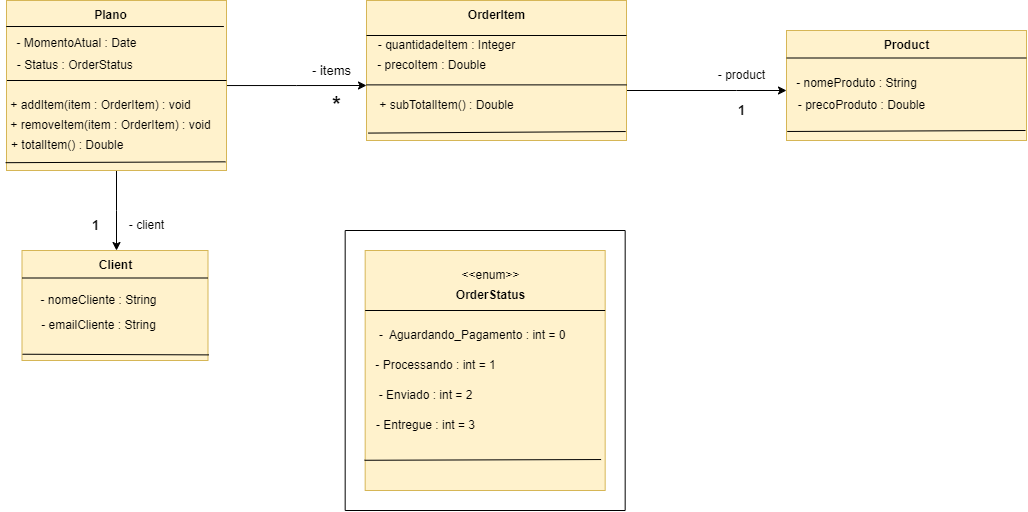
Earlier version of the draw.io export Imagens/Arquitetura_updated.drawio.png (devpaulojr/OrderingSystem). Source tidied: cells renumbered, new cells last; positions are measured from the earlier drawing's top-left corner, leaving out a move shared by most shapes.
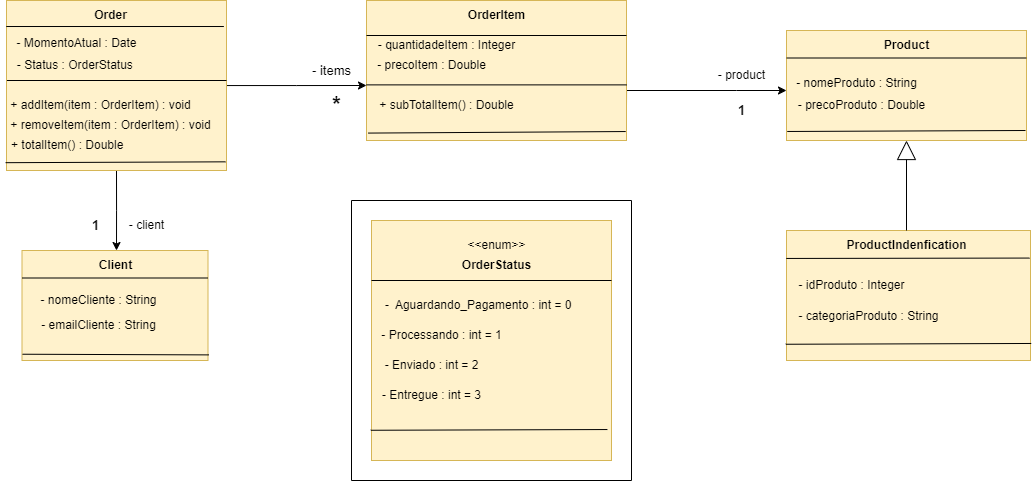
Later version of the same file.

Change to the diagram source:
```diff
@@ -2,37 +2,37 @@
   <root>
     <mxCell id="0" />
     <mxCell id="1" parent="0" />
-    <mxCell id="2" style="edgeStyle=orthogonalEdgeStyle;rounded=0;jettySize=auto;html=1;exitX=0.5;exitY=1;exitDx=0;exitDy=0;" parent="1" edge="1" source="4">
-      <mxGeometry relative="1" as="geometry">
-        <mxPoint x="116" y="250" as="targetPoint" />
-      </mxGeometry>
-    </mxCell>
-    <mxCell id="3" style="edgeStyle=orthogonalEdgeStyle;rounded=0;jettySize=auto;html=1;" parent="1" edge="1" source="4">
-      <mxGeometry relative="1" as="geometry">
-        <mxPoint x="366" y="85" as="targetPoint" />
-      </mxGeometry>
-    </mxCell>
-    <mxCell id="4" style="rounded=0;whiteSpace=wrap;html=1;fillColor=#fff2cc;strokeColor=#d6b656;" parent="1" vertex="1">
-      <mxGeometry x="6" width="220" height="170" as="geometry" />
-    </mxCell>
-    <mxCell id="5" style="endArrow=none;html=1;rounded=0;exitX=-0.001;exitY=0.153;exitDx=0;exitDy=0;entryX=0.988;entryY=0.153;entryDx=0;entryDy=0;entryPerimeter=0;exitPerimeter=0;" parent="1" edge="1" source="4" target="4">
-      <mxGeometry relative="1" as="geometry" />
-    </mxCell>
-    <mxCell id="6" value="&lt;b&gt;Plano&lt;/b&gt;" style="text;html=1;align=center;verticalAlign=middle;strokeColor=none;fillColor=none;" parent="1" vertex="1">
-      <mxGeometry x="80" width="60" height="30" as="geometry" />
-    </mxCell>
+    <mxCell id="54" style="edgeStyle=orthogonalEdgeStyle;rounded=0;jettySize=auto;html=1;exitX=0.5;exitY=1;exitDx=0;exitDy=0;" parent="1" edge="1" source="56">
+      <mxGeometry relative="1" as="geometry">
+        <mxPoint x="116" y="250" as="targetPoint" />
+      </mxGeometry>
+    </mxCell>
+    <mxCell id="55" style="edgeStyle=orthogonalEdgeStyle;rounded=0;jettySize=auto;html=1;" parent="1" edge="1" source="56">
+      <mxGeometry relative="1" as="geometry">
+        <mxPoint x="366" y="85" as="targetPoint" />
+      </mxGeometry>
+    </mxCell>
+    <mxCell id="56" style="rounded=0;whiteSpace=wrap;html=1;fillColor=#fff2cc;strokeColor=#d6b656;" parent="1" vertex="1">
+      <mxGeometry x="6" width="220" height="170" as="geometry" />
+    </mxCell>
+    <mxCell id="57" style="endArrow=none;html=1;rounded=0;exitX=-0.001;exitY=0.153;exitDx=0;exitDy=0;entryX=0.988;entryY=0.153;entryDx=0;entryDy=0;entryPerimeter=0;exitPerimeter=0;" parent="1" edge="1" source="56" target="56">
+      <mxGeometry relative="1" as="geometry" />
+    </mxCell>
+    <mxCell id="58" value="&lt;b&gt;Order&lt;/b&gt;" style="text;html=1;align=center;verticalAlign=middle;strokeColor=none;fillColor=none;" parent="1" vertex="1">
+      <mxGeometry x="80" width="60" height="30" as="geometry" />
+    </mxCell>
     <mxCell id="7" value="- MomentoAtual : Date&lt;div&gt;&lt;br&gt;&lt;/div&gt;" style="text;html=1;align=center;verticalAlign=middle;strokeColor=none;fillColor=none;" parent="1" vertex="1">
       <mxGeometry x="6" y="30" width="140" height="40" as="geometry" />
     </mxCell>
     <mxCell id="8" value="- Status : OrderStatus&amp;nbsp;" style="text;html=1;align=center;verticalAlign=middle;strokeColor=none;fillColor=none;" parent="1" vertex="1">
       <mxGeometry x="6" y="50" width="140" height="30" as="geometry" />
     </mxCell>
-    <mxCell id="9" style="endArrow=none;html=1;rounded=0;exitX=0.004;exitY=0.593;exitDx=0;exitDy=0;exitPerimeter=0;entryX=1.002;entryY=0.593;entryDx=0;entryDy=0;entryPerimeter=0;" parent="1" edge="1">
-      <mxGeometry relative="1" as="geometry">
-        <mxPoint x="6.4" y="80" as="sourcePoint" />
-        <mxPoint x="226" y="80" as="targetPoint" />
-      </mxGeometry>
-    </mxCell>
+    <mxCell id="59" style="endArrow=none;html=1;rounded=0;exitX=0.004;exitY=0.593;exitDx=0;exitDy=0;exitPerimeter=0;entryX=1.002;entryY=0.593;entryDx=0;entryDy=0;entryPerimeter=0;" parent="1" edge="1">
+      <mxGeometry relative="1" as="geometry">
+        <mxPoint x="6.4" y="80" as="sourcePoint" />
+        <mxPoint x="226" y="80" as="targetPoint" />
+      </mxGeometry>
+    </mxCell>
     <mxCell id="10" value="+ addItem(item : OrderItem) : void" style="text;html=1;align=center;verticalAlign=middle;strokeColor=none;fillColor=none;" parent="1" vertex="1">
       <mxGeometry y="90" width="200" height="30" as="geometry" />
     </mxCell>
@@ -42,9 +42,9 @@
     <mxCell id="12" value="+ totalItem() : Double&amp;nbsp;&amp;nbsp;" style="text;html=1;align=center;verticalAlign=middle;strokeColor=none;fillColor=none;" parent="1" vertex="1">
       <mxGeometry y="130" width="140" height="30" as="geometry" />
     </mxCell>
-    <mxCell id="13" style="rounded=0;whiteSpace=wrap;html=1;fillColor=#fff2cc;strokeColor=#d6b656;" parent="1" vertex="1">
-      <mxGeometry x="21.5" y="250" width="186" height="110" as="geometry" />
-    </mxCell>
+    <mxCell id="60" style="rounded=0;whiteSpace=wrap;html=1;fillColor=#fff2cc;strokeColor=#d6b656;" parent="1" vertex="1">
+      <mxGeometry x="21.5" y="250" width="186" height="110" as="geometry" />
+    </mxCell>
     <mxCell id="14" value="&lt;b&gt;Client&lt;/b&gt;" style="text;html=1;align=center;verticalAlign=middle;strokeColor=none;fillColor=none;" parent="1" vertex="1">
       <mxGeometry x="84.5" y="250" width="60" height="30" as="geometry" />
     </mxCell>
@@ -54,45 +54,45 @@
     <mxCell id="16" value="- emailCliente : String" style="text;html=1;align=center;verticalAlign=middle;strokeColor=none;fillColor=none;" parent="1" vertex="1">
       <mxGeometry x="27.5" y="310" width="140" height="30" as="geometry" />
     </mxCell>
-    <mxCell id="17" style="endArrow=none;html=1;rounded=0;entryX=0;entryY=0.25;entryDx=0;entryDy=0;exitX=1;exitY=0.25;exitDx=0;exitDy=0;" parent="1" edge="1" source="13" target="13">
-      <mxGeometry relative="1" as="geometry" />
-    </mxCell>
-    <mxCell id="18" style="edgeStyle=orthogonalEdgeStyle;rounded=0;jettySize=auto;html=1;exitX=1;exitY=0.75;exitDx=0;exitDy=0;" parent="1" edge="1" source="19">
-      <mxGeometry relative="1" as="geometry">
-        <mxPoint x="786" y="90" as="targetPoint" />
-        <Array as="points">
-          <mxPoint x="736" y="90" />
-          <mxPoint x="736" y="90" />
-        </Array>
-      </mxGeometry>
-    </mxCell>
-    <mxCell id="19" style="rounded=0;whiteSpace=wrap;html=1;fillColor=#fff2cc;strokeColor=#d6b656;" parent="1" vertex="1">
-      <mxGeometry x="366" width="260" height="140" as="geometry" />
-    </mxCell>
+    <mxCell id="61" style="endArrow=none;html=1;rounded=0;entryX=0;entryY=0.25;entryDx=0;entryDy=0;exitX=1;exitY=0.25;exitDx=0;exitDy=0;" parent="1" edge="1" source="60" target="60">
+      <mxGeometry relative="1" as="geometry" />
+    </mxCell>
+    <mxCell id="62" style="edgeStyle=orthogonalEdgeStyle;rounded=0;jettySize=auto;html=1;exitX=1;exitY=0.75;exitDx=0;exitDy=0;" parent="1" edge="1" source="63">
+      <mxGeometry relative="1" as="geometry">
+        <mxPoint x="786" y="90" as="targetPoint" />
+        <Array as="points">
+          <mxPoint x="736" y="90" />
+          <mxPoint x="736" y="90" />
+        </Array>
+      </mxGeometry>
+    </mxCell>
+    <mxCell id="63" style="rounded=0;whiteSpace=wrap;html=1;fillColor=#fff2cc;strokeColor=#d6b656;" parent="1" vertex="1">
+      <mxGeometry x="366" width="260" height="140" as="geometry" />
+    </mxCell>
     <mxCell id="20" value="&lt;b&gt;OrderItem&lt;/b&gt;" style="text;html=1;align=center;verticalAlign=middle;strokeColor=none;fillColor=none;" parent="1" vertex="1">
       <mxGeometry x="456" width="80" height="30" as="geometry" />
     </mxCell>
-    <mxCell id="21" style="endArrow=none;html=1;rounded=0;entryX=1;entryY=0.25;entryDx=0;entryDy=0;exitX=0;exitY=0.25;exitDx=0;exitDy=0;elbow=vertical;" parent="1" edge="1" source="19" target="19">
-      <mxGeometry relative="1" as="geometry" />
-    </mxCell>
+    <mxCell id="64" style="endArrow=none;html=1;rounded=0;entryX=1;entryY=0.25;entryDx=0;entryDy=0;exitX=0;exitY=0.25;exitDx=0;exitDy=0;elbow=vertical;" parent="1" edge="1" source="63" target="63">
+      <mxGeometry relative="1" as="geometry" />
+    </mxCell>
     <mxCell id="22" value="- quantidadeItem : Integer" style="text;html=1;align=center;verticalAlign=middle;strokeColor=none;fillColor=none;" parent="1" vertex="1">
       <mxGeometry x="366" y="30" width="160" height="30" as="geometry" />
     </mxCell>
     <mxCell id="23" value="- precoItem : Double" style="text;html=1;align=center;verticalAlign=middle;strokeColor=none;fillColor=none;" parent="1" vertex="1">
       <mxGeometry x="366" y="50" width="130" height="30" as="geometry" />
     </mxCell>
-    <mxCell id="24" style="endArrow=none;html=1;rounded=0;entryX=1;entryY=0.75;entryDx=0;entryDy=0;exitX=0;exitY=0.75;exitDx=0;exitDy=0;" parent="1" edge="1">
-      <mxGeometry relative="1" as="geometry">
-        <mxPoint x="366" y="84.4" as="sourcePoint" />
-        <mxPoint x="626" y="84.4" as="targetPoint" />
-      </mxGeometry>
-    </mxCell>
+    <mxCell id="65" style="endArrow=none;html=1;rounded=0;entryX=1;entryY=0.75;entryDx=0;entryDy=0;exitX=0;exitY=0.75;exitDx=0;exitDy=0;" parent="1" edge="1">
+      <mxGeometry relative="1" as="geometry">
+        <mxPoint x="366" y="84.4" as="sourcePoint" />
+        <mxPoint x="626" y="84.4" as="targetPoint" />
+      </mxGeometry>
+    </mxCell>
     <mxCell id="25" value="+ subTotalItem() : Double" style="text;html=1;align=center;verticalAlign=middle;strokeColor=none;fillColor=none;" parent="1" vertex="1">
       <mxGeometry x="366" y="90" width="160" height="30" as="geometry" />
     </mxCell>
-    <mxCell id="26" style="rounded=0;whiteSpace=wrap;html=1;fillColor=#fff2cc;strokeColor=#d6b656;" parent="1" vertex="1">
-      <mxGeometry x="786" y="30" width="240" height="110" as="geometry" />
-    </mxCell>
+    <mxCell id="66" style="rounded=0;whiteSpace=wrap;html=1;fillColor=#fff2cc;strokeColor=#d6b656;" parent="1" vertex="1">
+      <mxGeometry x="786" y="30" width="240" height="110" as="geometry" />
+    </mxCell>
     <mxCell id="27" value="&lt;b&gt;Product&lt;/b&gt;" style="text;html=1;align=center;verticalAlign=middle;strokeColor=none;fillColor=none;" parent="1" vertex="1">
       <mxGeometry x="871" y="30" width="70" height="30" as="geometry" />
     </mxCell>
@@ -102,91 +102,112 @@
     <mxCell id="29" value="- precoProduto : Double" style="text;html=1;align=center;verticalAlign=middle;strokeColor=none;fillColor=none;" parent="1" vertex="1">
       <mxGeometry x="786" y="90" width="150" height="30" as="geometry" />
     </mxCell>
-    <mxCell id="30" style="endArrow=none;html=1;rounded=0;entryX=1;entryY=0.25;entryDx=0;entryDy=0;exitX=0;exitY=0.25;exitDx=0;exitDy=0;" parent="1" edge="1" source="26" target="26">
-      <mxGeometry relative="1" as="geometry" />
-    </mxCell>
-    <mxCell id="31" style="endArrow=none;html=1;rounded=0;entryX=1.005;entryY=0.949;entryDx=0;entryDy=0;entryPerimeter=0;exitX=0.003;exitY=0.943;exitDx=0;exitDy=0;exitPerimeter=0;" parent="1" edge="1" source="13" target="13">
-      <mxGeometry relative="1" as="geometry" />
-    </mxCell>
-    <mxCell id="32" style="endArrow=none;html=1;rounded=0;exitX=-0.004;exitY=0.954;exitDx=0;exitDy=0;exitPerimeter=0;entryX=0.996;entryY=0.949;entryDx=0;entryDy=0;entryPerimeter=0;" parent="1" edge="1" source="4" target="4">
-      <mxGeometry relative="1" as="geometry" />
-    </mxCell>
-    <mxCell id="33" style="endArrow=none;html=1;rounded=0;exitX=0.006;exitY=0.947;exitDx=0;exitDy=0;exitPerimeter=0;entryX=0.997;entryY=0.936;entryDx=0;entryDy=0;entryPerimeter=0;" parent="1" edge="1" source="19" target="19">
-      <mxGeometry relative="1" as="geometry" />
-    </mxCell>
-    <mxCell id="34" style="endArrow=none;html=1;rounded=0;entryX=0.003;entryY=0.918;entryDx=0;entryDy=0;entryPerimeter=0;" parent="1" edge="1" target="26">
-      <mxGeometry relative="1" as="geometry">
-        <mxPoint x="1025" y="130" as="sourcePoint" />
-      </mxGeometry>
-    </mxCell>
-    <mxCell id="35" style="whiteSpace=wrap;html=1;fillColor=#fff2cc;strokeColor=#d6b656;" parent="1" vertex="1">
-      <mxGeometry x="364.7" y="250" width="240" height="240" as="geometry" />
-    </mxCell>
+    <mxCell id="67" style="endArrow=none;html=1;rounded=0;entryX=1;entryY=0.25;entryDx=0;entryDy=0;exitX=0;exitY=0.25;exitDx=0;exitDy=0;" parent="1" edge="1" source="66" target="66">
+      <mxGeometry relative="1" as="geometry" />
+    </mxCell>
+    <mxCell id="68" style="endArrow=none;html=1;rounded=0;entryX=1.005;entryY=0.949;entryDx=0;entryDy=0;entryPerimeter=0;exitX=0.003;exitY=0.943;exitDx=0;exitDy=0;exitPerimeter=0;" parent="1" edge="1" source="60" target="60">
+      <mxGeometry relative="1" as="geometry" />
+    </mxCell>
+    <mxCell id="69" style="endArrow=none;html=1;rounded=0;exitX=-0.004;exitY=0.954;exitDx=0;exitDy=0;exitPerimeter=0;entryX=0.996;entryY=0.949;entryDx=0;entryDy=0;entryPerimeter=0;" parent="1" edge="1" source="56" target="56">
+      <mxGeometry relative="1" as="geometry" />
+    </mxCell>
+    <mxCell id="70" style="endArrow=none;html=1;rounded=0;exitX=0.006;exitY=0.947;exitDx=0;exitDy=0;exitPerimeter=0;entryX=0.997;entryY=0.936;entryDx=0;entryDy=0;entryPerimeter=0;" parent="1" edge="1" source="63" target="63">
+      <mxGeometry relative="1" as="geometry" />
+    </mxCell>
+    <mxCell id="71" style="endArrow=none;html=1;rounded=0;entryX=0.003;entryY=0.918;entryDx=0;entryDy=0;entryPerimeter=0;" parent="1" edge="1" target="66">
+      <mxGeometry relative="1" as="geometry">
+        <mxPoint x="1025" y="130" as="sourcePoint" />
+      </mxGeometry>
+    </mxCell>
+    <mxCell id="72" style="whiteSpace=wrap;html=1;fillColor=#fff2cc;strokeColor=#d6b656;" parent="1" vertex="1">
+      <mxGeometry x="371" y="220" width="240" height="240" as="geometry" />
+    </mxCell>
     <mxCell id="36" value="&amp;lt;&amp;lt;enum&amp;gt;&amp;gt;" style="text;html=1;align=center;verticalAlign=middle;strokeColor=none;fillColor=none;" parent="1" vertex="1">
-      <mxGeometry x="449.7" y="260" width="80" height="30" as="geometry" />
+      <mxGeometry x="456" y="230" width="80" height="30" as="geometry" />
     </mxCell>
     <mxCell id="37" value="&lt;b&gt;OrderStatus&lt;/b&gt;" style="text;html=1;align=center;verticalAlign=middle;strokeColor=none;fillColor=none;" parent="1" vertex="1">
-      <mxGeometry x="444.7" y="280" width="90" height="30" as="geometry" />
+      <mxGeometry x="451" y="250" width="90" height="30" as="geometry" />
     </mxCell>
-    <mxCell id="38" style="endArrow=none;html=1;rounded=0;exitX=0;exitY=0.25;exitDx=0;exitDy=0;entryX=1;entryY=0.25;entryDx=0;entryDy=0;" parent="1" edge="1" source="35" target="35">
-      <mxGeometry relative="1" as="geometry" />
-    </mxCell>
+    <mxCell id="73" style="endArrow=none;html=1;rounded=0;exitX=0;exitY=0.25;exitDx=0;exitDy=0;entryX=1;entryY=0.25;entryDx=0;entryDy=0;" parent="1" edge="1" source="72" target="72">
+      <mxGeometry relative="1" as="geometry" />
+    </mxCell>
     <mxCell id="39" value="-&amp;nbsp; Aguardando_Pagamento : int = 0&amp;nbsp;&amp;nbsp;" style="text;html=1;align=center;verticalAlign=middle;strokeColor=none;fillColor=none;" parent="1" vertex="1">
-      <mxGeometry x="364.7" y="320" width="220" height="30" as="geometry" />
+      <mxGeometry x="371" y="290" width="220" height="30" as="geometry" />
     </mxCell>
     <mxCell id="40" value="- Processando : int = 1" style="text;html=1;align=center;verticalAlign=middle;strokeColor=none;fillColor=none;" parent="1" vertex="1">
-      <mxGeometry x="364.7" y="350" width="140" height="30" as="geometry" />
+      <mxGeometry x="371" y="320" width="140" height="30" as="geometry" />
     </mxCell>
     <mxCell id="41" value="- Enviado : int = 2" style="text;html=1;align=center;verticalAlign=middle;strokeColor=none;fillColor=none;" parent="1" vertex="1">
-      <mxGeometry x="364.7" y="380" width="120" height="30" as="geometry" />
+      <mxGeometry x="371" y="350" width="120" height="30" as="geometry" />
     </mxCell>
     <mxCell id="42" value="- Entregue : int = 3" style="text;html=1;align=center;verticalAlign=middle;strokeColor=none;fillColor=none;" parent="1" vertex="1">
-      <mxGeometry x="364.7" y="410" width="120" height="30" as="geometry" />
+      <mxGeometry x="371" y="380" width="120" height="30" as="geometry" />
     </mxCell>
-    <mxCell id="43" style="endArrow=none;html=1;rounded=0;exitX=-0.003;exitY=0.874;exitDx=0;exitDy=0;exitPerimeter=0;entryX=0.983;entryY=0.871;entryDx=0;entryDy=0;entryPerimeter=0;" parent="1" edge="1" source="35" target="35">
-      <mxGeometry relative="1" as="geometry" />
-    </mxCell>
-    <mxCell id="44" style="endArrow=none;html=1;rounded=0;" parent="1" edge="1">
-      <mxGeometry relative="1" as="geometry">
-        <mxPoint x="624.7" y="230" as="sourcePoint" />
-        <mxPoint x="344.7" y="230" as="targetPoint" />
-      </mxGeometry>
-    </mxCell>
-    <mxCell id="45" style="endArrow=none;html=1;rounded=0;" parent="1" edge="1">
-      <mxGeometry relative="1" as="geometry">
-        <mxPoint x="344.7" y="510" as="sourcePoint" />
-        <mxPoint x="344.7" y="230" as="targetPoint" />
-      </mxGeometry>
-    </mxCell>
-    <mxCell id="46" style="endArrow=none;html=1;rounded=0;" parent="1" edge="1">
-      <mxGeometry relative="1" as="geometry">
-        <mxPoint x="624.7" y="510" as="sourcePoint" />
-        <mxPoint x="624.7" y="230" as="targetPoint" />
-      </mxGeometry>
-    </mxCell>
-    <mxCell id="47" style="endArrow=none;html=1;rounded=0;" parent="1" edge="1">
-      <mxGeometry relative="1" as="geometry">
-        <mxPoint x="344.7" y="510" as="sourcePoint" />
-        <mxPoint x="624.7" y="510" as="targetPoint" />
-      </mxGeometry>
-    </mxCell>
+    <mxCell id="74" style="endArrow=none;html=1;rounded=0;exitX=-0.003;exitY=0.874;exitDx=0;exitDy=0;exitPerimeter=0;entryX=0.983;entryY=0.871;entryDx=0;entryDy=0;entryPerimeter=0;" parent="1" edge="1" source="72" target="72">
+      <mxGeometry relative="1" as="geometry" />
+    </mxCell>
+    <mxCell id="75" style="endArrow=none;html=1;rounded=0;" parent="1" edge="1">
+      <mxGeometry relative="1" as="geometry">
+        <mxPoint x="631" y="200" as="sourcePoint" />
+        <mxPoint x="351" y="200" as="targetPoint" />
+      </mxGeometry>
+    </mxCell>
+    <mxCell id="76" style="endArrow=none;html=1;rounded=0;" parent="1" edge="1">
+      <mxGeometry relative="1" as="geometry">
+        <mxPoint x="351" y="480" as="sourcePoint" />
+        <mxPoint x="351" y="200" as="targetPoint" />
+      </mxGeometry>
+    </mxCell>
+    <mxCell id="77" style="endArrow=none;html=1;rounded=0;" parent="1" edge="1">
+      <mxGeometry relative="1" as="geometry">
+        <mxPoint x="631" y="480" as="sourcePoint" />
+        <mxPoint x="631" y="200" as="targetPoint" />
+      </mxGeometry>
+    </mxCell>
+    <mxCell id="78" style="endArrow=none;html=1;rounded=0;" parent="1" edge="1">
+      <mxGeometry relative="1" as="geometry">
+        <mxPoint x="351" y="480" as="sourcePoint" />
+        <mxPoint x="631" y="480" as="targetPoint" />
+      </mxGeometry>
+    </mxCell>
     <mxCell id="48" value="&lt;b style=&quot;font-size: 22px;&quot;&gt;*&lt;/b&gt;" style="text;html=1;align=center;verticalAlign=middle;strokeColor=none;fillColor=none;spacingTop=-1;fontSize=22;" parent="1" vertex="1">
       <mxGeometry x="321" y="85" width="30" height="40" as="geometry" />
     </mxCell>
     <mxCell id="49" value="- items" style="text;html=1;align=center;verticalAlign=middle;strokeColor=none;fillColor=none;fontSize=13;" parent="1" vertex="1">
       <mxGeometry x="301" y="55" width="60" height="30" as="geometry" />
     </mxCell>
-    <mxCell id="50" value="&lt;b&gt;&lt;font style=&quot;font-size: 13px;&quot;&gt;1&lt;/font&gt;&lt;/b&gt;" style="text;html=1;align=center;verticalAlign=middle;strokeColor=none;fillColor=none;" parent="1" vertex="1">
-      <mxGeometry x="80" y="210" width="30" height="30" as="geometry" />
-    </mxCell>
+    <mxCell id="79" value="&lt;b&gt;&lt;font style=&quot;font-size: 13px;&quot;&gt;1&lt;/font&gt;&lt;/b&gt;" style="text;html=1;align=center;verticalAlign=middle;strokeColor=none;fillColor=none;" parent="1" vertex="1">
+      <mxGeometry x="80" y="210" width="30" height="30" as="geometry" />
+    </mxCell>
     <mxCell id="51" value="- client" style="text;html=1;align=center;verticalAlign=middle;strokeColor=none;fillColor=none;" parent="1" vertex="1">
       <mxGeometry x="116" y="210" width="60" height="30" as="geometry" />
     </mxCell>
     <mxCell id="52" value="- product" style="text;html=1;align=center;verticalAlign=middle;strokeColor=none;fillColor=none;" parent="1" vertex="1">
       <mxGeometry x="706" y="60" width="70" height="30" as="geometry" />
     </mxCell>
-    <mxCell id="53" value="&lt;b&gt;&lt;font style=&quot;font-size: 13px;&quot;&gt;1&lt;/font&gt;&lt;/b&gt;" style="text;html=1;align=center;verticalAlign=middle;strokeColor=none;fillColor=none;" parent="1" vertex="1">
-      <mxGeometry x="726" y="95" width="30" height="30" as="geometry" />
-    </mxCell>
+    <mxCell id="80" value="&lt;b&gt;&lt;font style=&quot;font-size: 13px;&quot;&gt;1&lt;/font&gt;&lt;/b&gt;" style="text;html=1;align=center;verticalAlign=middle;strokeColor=none;fillColor=none;" parent="1" vertex="1">
+      <mxGeometry x="726" y="95" width="30" height="30" as="geometry" />
+    </mxCell>
+    <mxCell id="81" style="rounded=0;whiteSpace=wrap;html=1;fillColor=#fff2cc;strokeColor=#d6b656;" parent="1" vertex="1">
+      <mxGeometry x="786" y="230" width="244" height="130" as="geometry" />
+    </mxCell>
+    <mxCell id="82" style="edgeStyle=orthogonalEdgeStyle;rounded=0;jettySize=auto;html=1;entryX=0.5;entryY=1;entryDx=0;entryDy=0;endArrow=block;endFill=0;startSize=10;endSize=17;" parent="1" edge="1" source="83" target="66">
+      <mxGeometry relative="1" as="geometry" />
+    </mxCell>
+    <mxCell id="83" value="&lt;b&gt;ProductIndenfication&lt;/b&gt;" style="text;html=1;align=center;verticalAlign=middle;points=[];strokeColor=none;fillColor=none;" parent="1" vertex="1">
+      <mxGeometry x="836" y="230" width="140" height="30" as="geometry" />
+    </mxCell>
+    <mxCell id="84" style="endArrow=none;html=1;rounded=0;entryX=0.996;entryY=0.212;entryDx=0;entryDy=0;entryPerimeter=0;exitX=-0.001;exitY=0.215;exitDx=0;exitDy=0;exitPerimeter=0;" parent="1" edge="1" source="81" target="81">
+      <mxGeometry relative="1" as="geometry" />
+    </mxCell>
+    <mxCell id="85" value="- idProduto : Integer" style="text;html=1;align=center;verticalAlign=middle;strokeColor=none;fillColor=none;" parent="1" vertex="1">
+      <mxGeometry x="786" y="270" width="130" height="30" as="geometry" />
+    </mxCell>
+    <mxCell id="86" value="- categoriaProduto : String" style="text;html=1;align=center;verticalAlign=middle;strokeColor=none;fillColor=none;" parent="1" vertex="1">
+      <mxGeometry x="788" y="301" width="160" height="30" as="geometry" />
+    </mxCell>
+    <mxCell id="87" style="endArrow=none;html=1;rounded=0;entryX=1.003;entryY=0.869;entryDx=0;entryDy=0;entryPerimeter=0;exitX=-0.003;exitY=0.875;exitDx=0;exitDy=0;exitPerimeter=0;" parent="1" edge="1" source="81" target="81">
+      <mxGeometry relative="1" as="geometry" />
+    </mxCell>
   </root>
 </mxGraphModel>
```
